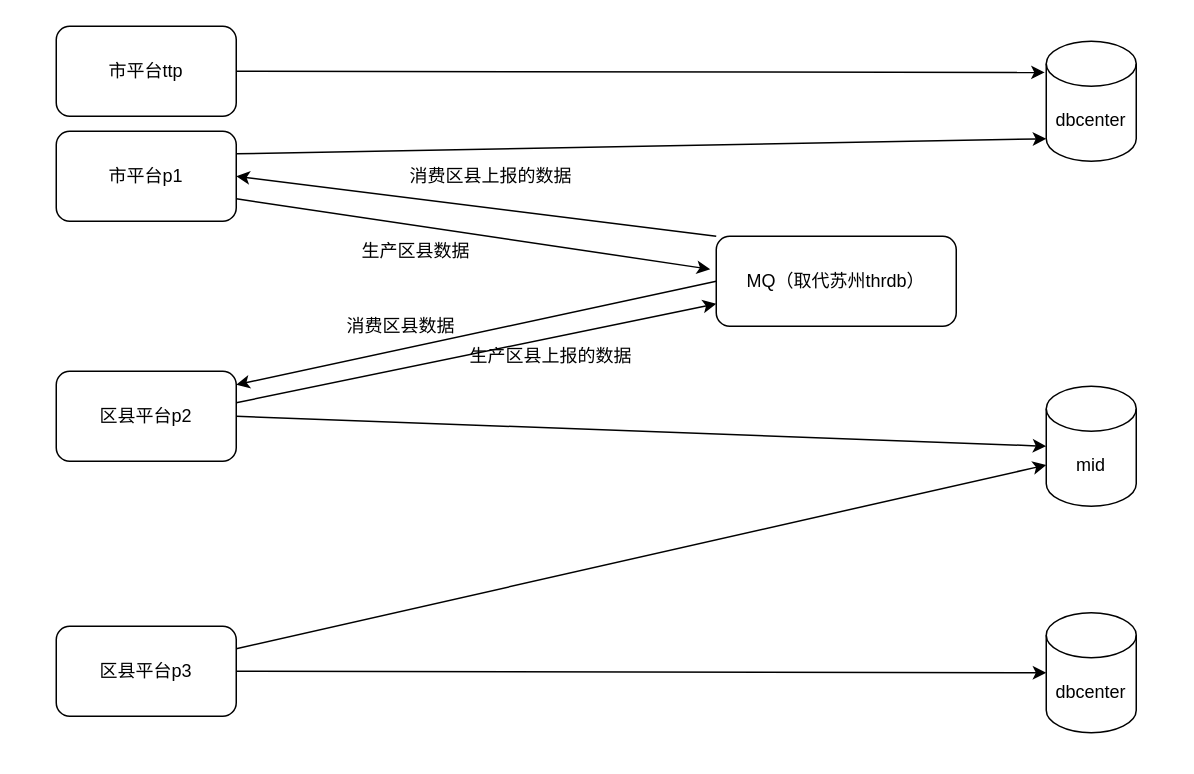
Before: 打赢3期区县和市平台数据架构.drawio in pengcunhua/drawio_file, a draw.io diagram. Source tidied: cells renumbered, new cells numbered last; positions are measured from the earlier drawing's top-left corner, leaving out a move shared by most shapes. Both pictures are drawn from the tidied source at 150%, with x=0, y=0 at pixel (56, 26).
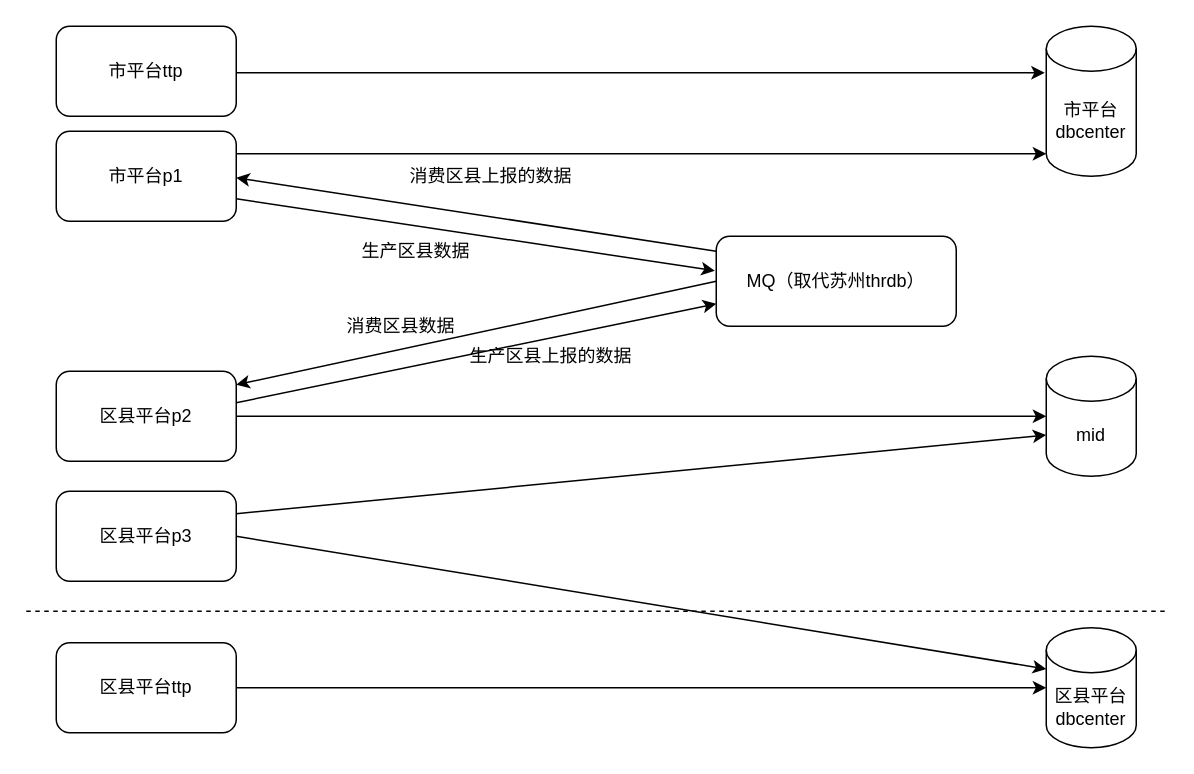
After the change.

Commit message:
Update 打赢3期区县和市平台数据架构.drawio

The change refers to these unchanged cells:
```xml
<mxCell id="2" value="市平台ttp" style="rounded=1;whiteSpace=wrap;html=1;" parent="1" vertex="1">
  <mxGeometry width="120" height="60" as="geometry" />
</mxCell>
<mxCell id="3" value="市平台p1" style="rounded=1;whiteSpace=wrap;html=1;" parent="1" vertex="1">
  <mxGeometry y="70" width="120" height="60" as="geometry" />
</mxCell>
<mxCell id="10" value="MQ（取代苏州thrdb）" style="rounded=1;whiteSpace=wrap;html=1;" parent="1" vertex="1">
  <mxGeometry x="440" y="140" width="160" height="60" as="geometry" />
</mxCell>
```

Change to the diagram source:
```diff
@@
-    <mxCell id="4" value="dbcenter" style="shape=cylinder3;whiteSpace=wrap;html=1;boundedLbl=1;backgroundOutline=1;size=15;" parent="1" vertex="1">
-      <mxGeometry x="660" y="10" width="60" height="80" as="geometry" />
+    <mxCell id="4" value="市平台dbcenter" style="shape=cylinder3;whiteSpace=wrap;html=1;boundedLbl=1;backgroundOutline=1;size=15;" parent="1" vertex="1">
+      <mxGeometry x="660" width="60" height="100" as="geometry" />
     </mxCell>
     <mxCell id="5" value="mid" style="shape=cylinder3;whiteSpace=wrap;html=1;boundedLbl=1;backgroundOutline=1;size=15;" parent="1" vertex="1">
-      <mxGeometry x="660" y="240" width="60" height="80" as="geometry" />
+      <mxGeometry x="660" y="220" width="60" height="80" as="geometry" />
     </mxCell>
-    <mxCell id="6" value="dbcenter" style="shape=cylinder3;whiteSpace=wrap;html=1;boundedLbl=1;backgroundOutline=1;size=15;" parent="1" vertex="1">
-      <mxGeometry x="660" y="391" width="60" height="80" as="geometry" />
+    <mxCell id="6" value="区县平台dbcenter" style="shape=cylinder3;whiteSpace=wrap;html=1;boundedLbl=1;backgroundOutline=1;size=15;" parent="1" vertex="1">
+      <mxGeometry x="660" y="401" width="60" height="80" as="geometry" />
     </mxCell>
@@
     <mxCell id="8" value="区县平台p3" style="rounded=1;whiteSpace=wrap;html=1;" parent="1" vertex="1">
-      <mxGeometry y="400" width="120" height="60" as="geometry" />
+      <mxGeometry y="310" width="120" height="60" as="geometry" />
     </mxCell>
-    <mxCell id="9" style="endArrow=classic;html=1;exitX=1;exitY=0.5;exitDx=0;exitDy=0;entryX=-0.017;entryY=0.26;entryDx=0;entryDy=0;entryPerimeter=0;" parent="1" edge="1" source="2" target="4">
-      <mxGeometry relative="1" as="geometry" />
+    <mxCell id="9" style="endArrow=classic;html=1;" parent="1" edge="1">
+      <mxGeometry relative="1" as="geometry">
+        <mxPoint x="120" y="31" as="sourcePoint" />
+        <mxPoint x="659" y="31" as="targetPoint" />
+      </mxGeometry>
     </mxCell>
@@
-    <mxCell id="11" style="endArrow=classic;html=1;exitX=0;exitY=0;exitDx=0;exitDy=0;entryX=1;entryY=0.5;entryDx=0;entryDy=0;" parent="1" edge="1" source="10" target="3">
-      <mxGeometry relative="1" as="geometry" />
+    <mxCell id="11" style="endArrow=classic;html=1;exitX=0;exitY=0.167;exitDx=0;exitDy=0;entryX=1;entryY=0.5;entryDx=0;entryDy=0;exitPerimeter=0;" parent="1" edge="1" source="10">
+      <mxGeometry relative="1" as="geometry">
+        <mxPoint x="120" y="101" as="targetPoint" />
+      </mxGeometry>
     </mxCell>
-    <mxCell id="12" style="endArrow=classic;html=1;exitX=1;exitY=0.75;exitDx=0;exitDy=0;entryX=-0.025;entryY=0.367;entryDx=0;entryDy=0;entryPerimeter=0;" parent="1" edge="1" source="3" target="10">
+    <mxCell id="12" style="endArrow=classic;html=1;exitX=1;exitY=0.75;exitDx=0;exitDy=0;entryX=-0.006;entryY=0.383;entryDx=0;entryDy=0;entryPerimeter=0;" parent="1" edge="1" source="3" target="10">
       <mxGeometry relative="1" as="geometry" />
     </mxCell>
@@
-    <mxCell id="22" style="endArrow=classic;html=1;exitX=1;exitY=0.5;exitDx=0;exitDy=0;entryX=0;entryY=0.5;entryDx=0;entryDy=0;entryPerimeter=0;" parent="1" edge="1" source="8" target="6">
+    <mxCell id="22" style="endArrow=classic;html=1;exitX=1;exitY=0.5;exitDx=0;exitDy=0;entryX=0;entryY=0;entryDx=0;entryDy=27.5;entryPerimeter=0;" parent="1" edge="1" source="8" target="6">
       <mxGeometry relative="1" as="geometry" />
     </mxCell>
+    <mxCell id="23" value="区县平台ttp" style="rounded=1;whiteSpace=wrap;html=1;" parent="1" vertex="1">
+      <mxGeometry y="411" width="120" height="60" as="geometry" />
+    </mxCell>
+    <mxCell id="24" style="endArrow=classic;html=1;exitX=1;exitY=0.5;exitDx=0;exitDy=0;entryX=0;entryY=0.5;entryDx=0;entryDy=0;entryPerimeter=0;" parent="1" edge="1" source="23" target="6">
+      <mxGeometry relative="1" as="geometry" />
+    </mxCell>
+    <mxCell id="25" style="endArrow=none;dashed=1;html=1;" parent="1" edge="1">
+      <mxGeometry relative="1" as="geometry">
+        <mxPoint x="-20" y="390" as="sourcePoint" />
+        <mxPoint x="740" y="390" as="targetPoint" />
+      </mxGeometry>
+    </mxCell>
```
